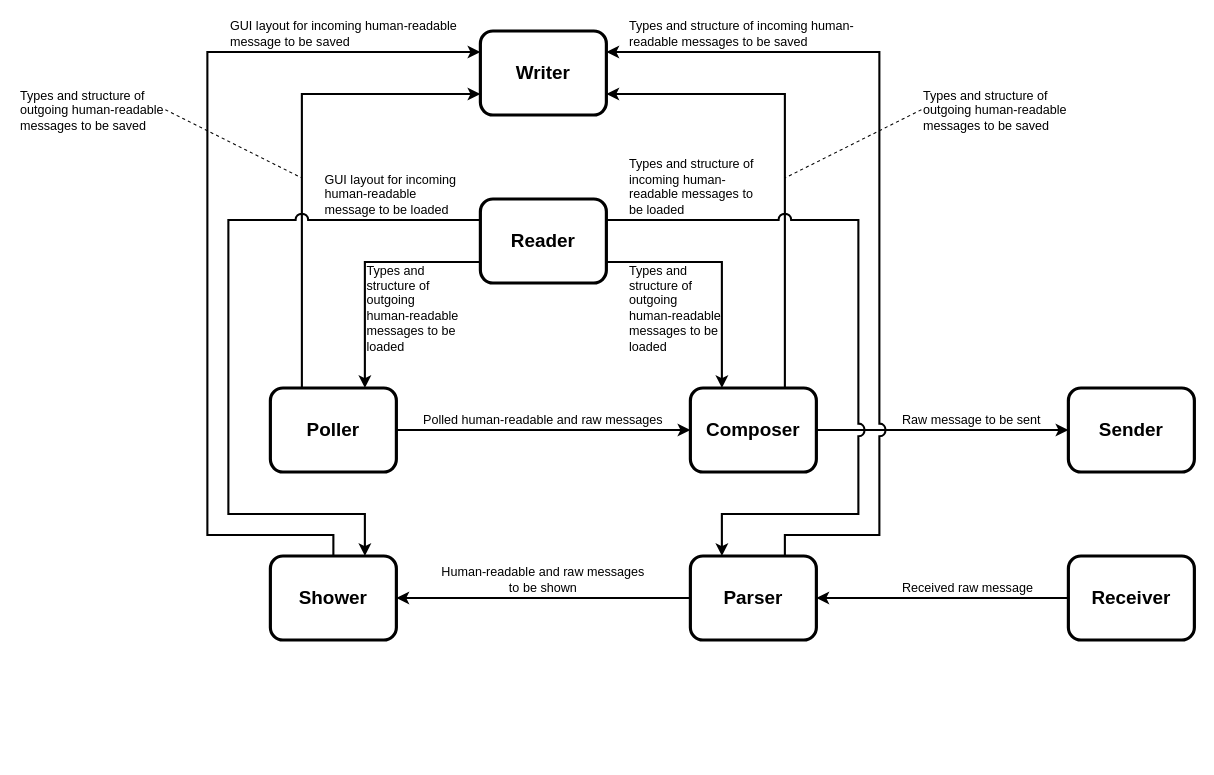
The draw.io diagram system_design/High Level Diagram.drawio in davarabinovich/can_ciffer, before the edit. Source tidied: cells renumbered, new cells numbered last; positions are measured from the earlier drawing's top-left corner, leaving out a move shared by most shapes. Both pictures are drawn from the tidied source at 105%, with x=0, y=0 at pixel (18, 20).
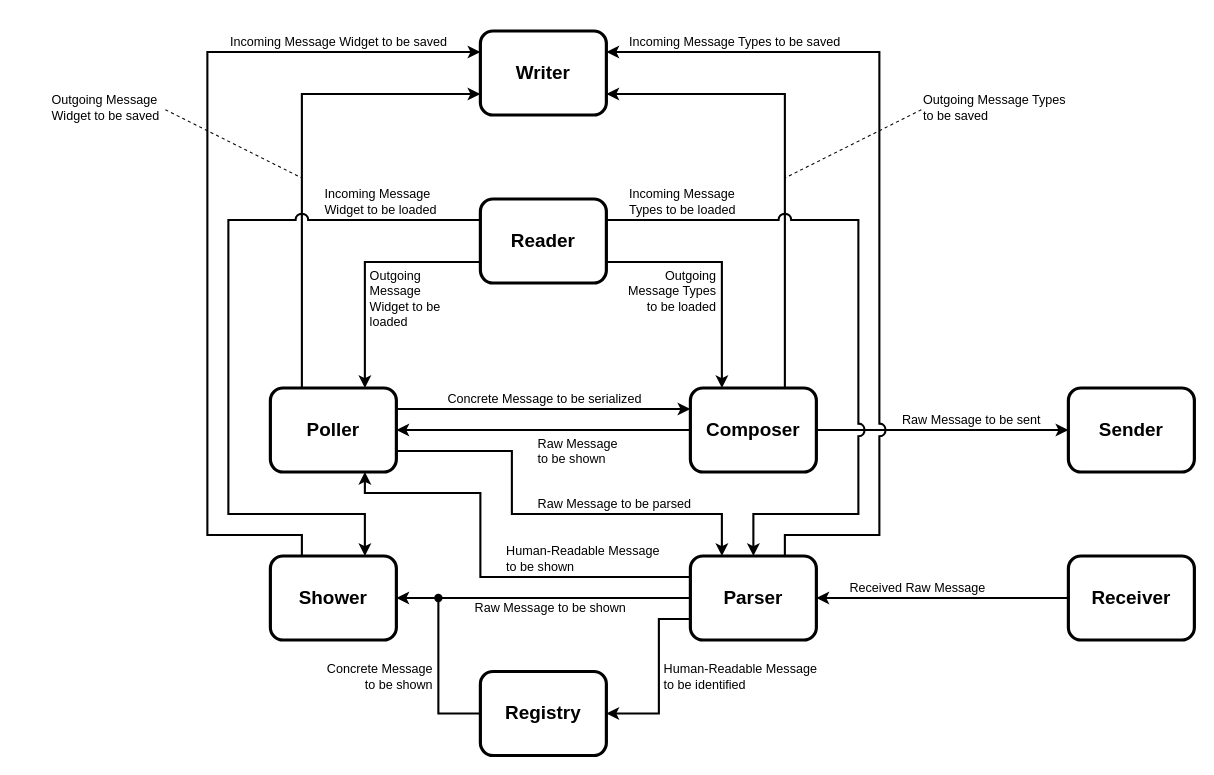
Above is the later version.

Commit message (it also covers changes not shown here):
Volatility values changed. Registry and advanced poller/composer/parser interactions are added.

Unchanged cells that the change refers to:
```xml
<mxCell id="7" value="Composer" style="rounded=1;whiteSpace=wrap;html=1;strokeWidth=3;fontSize=18;fontStyle=1;" parent="1" vertex="1">
  <mxGeometry x="640" y="350" width="120" height="80" as="geometry" />
</mxCell>
<mxCell id="10" value="Parser" style="rounded=1;whiteSpace=wrap;html=1;strokeWidth=3;fontSize=18;fontStyle=1;" parent="1" vertex="1">
  <mxGeometry x="640" y="510" width="120" height="80" as="geometry" />
</mxCell>
<mxCell id="13" value="Poller" style="rounded=1;whiteSpace=wrap;html=1;strokeWidth=3;fontSize=18;fontStyle=1;" parent="1" vertex="1">
  <mxGeometry x="240" y="350" width="120" height="80" as="geometry" />
</mxCell>
<mxCell id="15" value="Shower" style="rounded=1;whiteSpace=wrap;html=1;strokeWidth=3;fontSize=18;fontStyle=1;" parent="1" vertex="1">
  <mxGeometry x="240" y="510" width="120" height="80" as="geometry" />
</mxCell>
<mxCell id="16" value="Writer" style="rounded=1;whiteSpace=wrap;html=1;strokeWidth=3;fontSize=18;fontStyle=1;" parent="1" vertex="1">
  <mxGeometry x="440" y="10" width="120" height="80" as="geometry" />
</mxCell>
<mxCell id="21" value="Reader" style="rounded=1;whiteSpace=wrap;html=1;strokeWidth=3;fontSize=18;fontStyle=1;" parent="1" vertex="1">
  <mxGeometry x="440" y="170" width="120" height="80" as="geometry" />
</mxCell>
```

Diff of the diagram source:
```diff
@@
+    <mxCell id="36" style="edgeStyle=orthogonalEdgeStyle;rounded=0;jettySize=auto;html=1;fontStyle=0;strokeWidth=2;" parent="1" edge="1" source="7" target="13">
+      <mxGeometry relative="1" as="geometry" />
+    </mxCell>
@@
-    <mxCell id="8" style="edgeStyle=orthogonalEdgeStyle;rounded=0;jettySize=auto;html=1;strokeWidth=2;jumpStyle=arc;jumpSize=10;" parent="1" edge="1" source="10" target="15">
-      <mxGeometry relative="1" as="geometry" />
+    <mxCell id="8" style="edgeStyle=orthogonalEdgeStyle;rounded=0;jettySize=auto;html=1;strokeWidth=2;jumpStyle=arc;jumpSize=10;exitX=0;exitY=0.75;exitDx=0;exitDy=0;" parent="1" edge="1" source="10" target="41">
+      <mxGeometry relative="1" as="geometry">
+        <Array as="points">
+          <mxPoint x="610" y="570" />
+          <mxPoint x="610" y="660" />
+        </Array>
+      </mxGeometry>
     </mxCell>
@@
+    <mxCell id="37" style="edgeStyle=orthogonalEdgeStyle;rounded=0;jettySize=auto;html=1;exitX=0;exitY=0.5;exitDx=0;exitDy=0;strokeWidth=2;endArrow=oval;endFill=1;" parent="1" edge="1" source="10">
+      <mxGeometry relative="1" as="geometry">
+        <mxPoint x="400" y="550" as="targetPoint" />
+      </mxGeometry>
+    </mxCell>
+    <mxCell id="38" style="edgeStyle=orthogonalEdgeStyle;rounded=0;jettySize=auto;html=1;exitX=0;exitY=0.25;exitDx=0;exitDy=0;entryX=0.75;entryY=1;entryDx=0;entryDy=0;strokeWidth=2;" parent="1" edge="1" source="10" target="13">
+      <mxGeometry relative="1" as="geometry">
+        <Array as="points">
+          <mxPoint x="440" y="530" />
+          <mxPoint x="440" y="450" />
+          <mxPoint x="330" y="450" />
+        </Array>
+      </mxGeometry>
+    </mxCell>
@@
-    <mxCell id="11" style="edgeStyle=orthogonalEdgeStyle;rounded=0;jettySize=auto;html=1;strokeWidth=2;jumpStyle=arc;jumpSize=10;" parent="1" edge="1" source="13" target="7">
+    <mxCell id="11" style="edgeStyle=orthogonalEdgeStyle;rounded=0;jettySize=auto;html=1;strokeWidth=2;jumpStyle=arc;jumpSize=10;entryX=0;entryY=0.25;entryDx=0;entryDy=0;exitX=1;exitY=0.25;exitDx=0;exitDy=0;" parent="1" edge="1" source="13" target="7">
       <mxGeometry relative="1" as="geometry" />
     </mxCell>
@@
+    <mxCell id="39" style="edgeStyle=orthogonalEdgeStyle;rounded=0;jettySize=auto;html=1;exitX=1;exitY=0.75;exitDx=0;exitDy=0;entryX=0.25;entryY=0;entryDx=0;entryDy=0;strokeWidth=2;" parent="1" edge="1" source="13" target="10">
+      <mxGeometry relative="1" as="geometry">
+        <Array as="points">
+          <mxPoint x="470" y="410" />
+          <mxPoint x="470" y="470" />
+          <mxPoint x="670" y="470" />
+        </Array>
+      </mxGeometry>
+    </mxCell>
@@
     <mxCell id="14" style="edgeStyle=orthogonalEdgeStyle;rounded=0;jettySize=auto;html=1;exitX=0.25;exitY=0;exitDx=0;exitDy=0;entryX=0;entryY=0.25;entryDx=0;entryDy=0;strokeWidth=2;jumpStyle=arc;jumpSize=10;" parent="1" edge="1" source="15" target="16">
       <mxGeometry relative="1" as="geometry">
         <Array as="points">
-          <mxPoint x="300" y="510" />
-          <mxPoint x="300" y="490" />
+          <mxPoint x="270" y="490" />
           <mxPoint x="180" y="490" />
           <mxPoint x="180" y="30" />
         </Array>
       </mxGeometry>
     </mxCell>
@@
-    <mxCell id="17" style="edgeStyle=orthogonalEdgeStyle;rounded=0;jettySize=auto;html=1;exitX=1;exitY=0.25;exitDx=0;exitDy=0;entryX=0.25;entryY=0;entryDx=0;entryDy=0;strokeWidth=2;jumpStyle=arc;jumpSize=10;" parent="1" edge="1" source="21" target="10">
+    <mxCell id="17" style="edgeStyle=orthogonalEdgeStyle;rounded=0;jettySize=auto;html=1;exitX=1;exitY=0.25;exitDx=0;exitDy=0;entryX=0.5;entryY=0;entryDx=0;entryDy=0;strokeWidth=2;jumpStyle=arc;jumpSize=10;" parent="1" edge="1" source="21" target="10">
       <mxGeometry relative="1" as="geometry">
         <Array as="points">
           <mxPoint x="800" y="190" />
           <mxPoint x="800" y="470" />
-          <mxPoint x="670" y="470" />
+          <mxPoint x="700" y="470" />
         </Array>
       </mxGeometry>
     </mxCell>
@@
-    <mxCell id="22" value="Raw message to be sent" style="text;html=1;align=left;verticalAlign=bottom;whiteSpace=wrap;rounded=0;" parent="1" vertex="1">
+    <mxCell id="22" value="Raw Message to be sent" style="text;html=1;align=left;verticalAlign=bottom;whiteSpace=wrap;rounded=0;" parent="1" vertex="1">
       <mxGeometry x="840" y="370" width="140" height="20" as="geometry" />
     </mxCell>
-    <mxCell id="23" value="Received raw message" style="text;html=1;align=left;verticalAlign=bottom;whiteSpace=wrap;rounded=0;" parent="1" vertex="1">
-      <mxGeometry x="840" y="530" width="140" height="20" as="geometry" />
+    <mxCell id="23" value="Received Raw Message" style="text;html=1;align=left;verticalAlign=bottom;whiteSpace=wrap;rounded=0;" parent="1" vertex="1">
+      <mxGeometry x="790" y="530" width="190" height="20" as="geometry" />
     </mxCell>
-    <mxCell id="24" value="Polled human-readable and raw messages" style="text;html=1;align=center;verticalAlign=bottom;whiteSpace=wrap;rounded=0;" parent="1" vertex="1">
-      <mxGeometry x="380" y="370" width="240" height="20" as="geometry" />
-    </mxCell>
-    <mxCell id="25" value="Human-readable and raw messages&lt;div&gt;to be shown&lt;/div&gt;" style="text;html=1;align=center;verticalAlign=bottom;whiteSpace=wrap;rounded=0;" parent="1" vertex="1">
-      <mxGeometry x="380" y="520" width="240" height="30" as="geometry" />
+    <mxCell id="25" value="Human-Readable Message&lt;br&gt;&lt;div&gt;to be identified&lt;/div&gt;" style="text;html=1;align=left;verticalAlign=middle;whiteSpace=wrap;rounded=0;spacingLeft=3;" parent="1" vertex="1">
+      <mxGeometry x="610" y="610" width="160" height="30" as="geometry" />
     </mxCell>
-    <mxCell id="26" value="Types and structure of incoming human-readable messages to be saved" style="text;html=1;align=left;verticalAlign=bottom;whiteSpace=wrap;rounded=0;" parent="1" vertex="1">
-      <mxGeometry x="580" width="220" height="30" as="geometry" />
+    <mxCell id="26" value="Incoming Message Types to be saved" style="text;html=1;align=left;verticalAlign=bottom;whiteSpace=wrap;rounded=0;" parent="1" vertex="1">
+      <mxGeometry x="580" y="10" width="220" height="20" as="geometry" />
     </mxCell>
-    <mxCell id="27" value="GUI layout for incoming human-readable message to be saved" style="text;html=1;align=left;verticalAlign=bottom;whiteSpace=wrap;rounded=0;" parent="1" vertex="1">
-      <mxGeometry x="200" width="220" height="30" as="geometry" />
+    <mxCell id="27" value="Incoming Message Widget to be saved" style="text;html=1;align=left;verticalAlign=bottom;whiteSpace=wrap;rounded=0;" parent="1" vertex="1">
+      <mxGeometry x="200" y="10" width="220" height="20" as="geometry" />
     </mxCell>
@@
-    <mxCell id="29" value="Types and structure of outgoing human-readable messages to be saved" style="text;html=1;align=left;verticalAlign=bottom;whiteSpace=wrap;rounded=0;" parent="1" vertex="1">
-      <mxGeometry x="860" y="60" width="160" height="50" as="geometry" />
+    <mxCell id="29" value="Outgoing Message Types to be saved" style="text;html=1;align=left;verticalAlign=bottom;whiteSpace=wrap;rounded=0;" parent="1" vertex="1">
+      <mxGeometry x="860" y="70" width="140" height="30" as="geometry" />
     </mxCell>
@@
-    <mxCell id="31" value="Types and structure of outgoing human-readable messages to be saved" style="text;html=1;align=left;verticalAlign=bottom;whiteSpace=wrap;rounded=0;" parent="1" vertex="1">
-      <mxGeometry y="60" width="140" height="50" as="geometry" />
+    <mxCell id="31" value="Outgoing Message Widget to be saved" style="text;html=1;align=left;verticalAlign=bottom;whiteSpace=wrap;rounded=0;" parent="1" vertex="1">
+      <mxGeometry x="30" y="70" width="110" height="30" as="geometry" />
     </mxCell>
-    <mxCell id="32" value="Types and structure of incoming human-readable messages to be loaded" style="text;html=1;align=left;verticalAlign=bottom;whiteSpace=wrap;rounded=0;" parent="1" vertex="1">
-      <mxGeometry x="580" y="130" width="130" height="60" as="geometry" />
+    <mxCell id="32" value="Incoming Message Types to be loaded" style="text;html=1;align=left;verticalAlign=bottom;whiteSpace=wrap;rounded=0;" parent="1" vertex="1">
+      <mxGeometry x="580" y="160" width="130" height="30" as="geometry" />
     </mxCell>
-    <mxCell id="33" value="GUI layout for incoming human-readable message to be loaded" style="text;html=1;align=left;verticalAlign=bottom;whiteSpace=wrap;rounded=0;" parent="1" vertex="1">
-      <mxGeometry x="290" y="140" width="130" height="50" as="geometry" />
+    <mxCell id="33" value="Incoming Message Widget to be loaded" style="text;html=1;align=left;verticalAlign=bottom;whiteSpace=wrap;rounded=0;" parent="1" vertex="1">
+      <mxGeometry x="290" y="160" width="130" height="30" as="geometry" />
     </mxCell>
-    <mxCell id="34" value="Types and structure of outgoing human-readable messages to be loaded" style="text;html=1;align=left;verticalAlign=bottom;whiteSpace=wrap;rounded=0;" parent="1" vertex="1">
-      <mxGeometry x="580" y="230" width="90" height="90" as="geometry" />
+    <mxCell id="34" value="Outgoing Message Types to be loaded" style="text;html=1;align=right;verticalAlign=top;whiteSpace=wrap;rounded=0;spacingRight=3;" parent="1" vertex="1">
+      <mxGeometry x="580" y="230" width="90" height="50" as="geometry" />
     </mxCell>
-    <mxCell id="35" value="Types and structure of outgoing human-readable messages to be loaded" style="text;html=1;align=left;verticalAlign=bottom;whiteSpace=wrap;rounded=0;" parent="1" vertex="1">
-      <mxGeometry x="330" y="230" width="90" height="90" as="geometry" />
+    <mxCell id="35" value="Outgoing Message Widget to be loaded" style="text;html=1;align=left;verticalAlign=top;whiteSpace=wrap;rounded=0;spacingLeft=3;" parent="1" vertex="1">
+      <mxGeometry x="330" y="230" width="90" height="70" as="geometry" />
     </mxCell>
+    <mxCell id="40" style="edgeStyle=orthogonalEdgeStyle;rounded=0;jettySize=auto;html=1;entryX=1;entryY=0.5;entryDx=0;entryDy=0;strokeWidth=2;" parent="1" edge="1" source="41" target="15">
+      <mxGeometry relative="1" as="geometry">
+        <Array as="points">
+          <mxPoint x="400" y="660" />
+          <mxPoint x="400" y="550" />
+        </Array>
+      </mxGeometry>
+    </mxCell>
+    <mxCell id="41" value="Registry" style="rounded=1;whiteSpace=wrap;html=1;strokeWidth=3;fontSize=18;fontStyle=1;" parent="1" vertex="1">
+      <mxGeometry x="440" y="620" width="120" height="80" as="geometry" />
+    </mxCell>
+    <mxCell id="42" value="Concrete Message&lt;br&gt;&lt;div&gt;to be shown&lt;br&gt;&lt;/div&gt;" style="text;html=1;align=right;verticalAlign=middle;whiteSpace=wrap;rounded=0;spacingLeft=3;spacingRight=3;" parent="1" vertex="1">
+      <mxGeometry x="290" y="610" width="110" height="30" as="geometry" />
+    </mxCell>
+    <mxCell id="43" value="Concrete Message to be serialized" style="text;html=1;align=center;verticalAlign=bottom;whiteSpace=wrap;rounded=0;spacingLeft=3;" parent="1" vertex="1">
+      <mxGeometry x="380" y="350" width="240" height="20" as="geometry" />
+    </mxCell>
+    <mxCell id="44" value="Raw Message&lt;br&gt;&lt;div&gt;to be shown&lt;br&gt;&lt;/div&gt;" style="text;html=1;align=left;verticalAlign=top;whiteSpace=wrap;rounded=0;spacingLeft=3;" parent="1" vertex="1">
+      <mxGeometry x="490" y="390" width="130" height="30" as="geometry" />
+    </mxCell>
+    <mxCell id="45" value="Raw Message to be shown" style="text;html=1;align=left;verticalAlign=middle;whiteSpace=wrap;rounded=0;spacingLeft=3;" parent="1" vertex="1">
+      <mxGeometry x="430" y="550" width="160" height="20" as="geometry" />
+    </mxCell>
+    <mxCell id="46" value="Raw Message to be parsed" style="text;html=1;align=left;verticalAlign=bottom;whiteSpace=wrap;rounded=0;spacingLeft=3;" parent="1" vertex="1">
+      <mxGeometry x="490" y="450" width="160" height="20" as="geometry" />
+    </mxCell>
+    <mxCell id="47" value="Human-Readable Message&lt;br&gt;&lt;div&gt;to be shown&lt;/div&gt;" style="text;html=1;align=left;verticalAlign=bottom;whiteSpace=wrap;rounded=0;spacingLeft=3;" parent="1" vertex="1">
+      <mxGeometry x="460" y="500" width="160" height="30" as="geometry" />
+    </mxCell>
```
